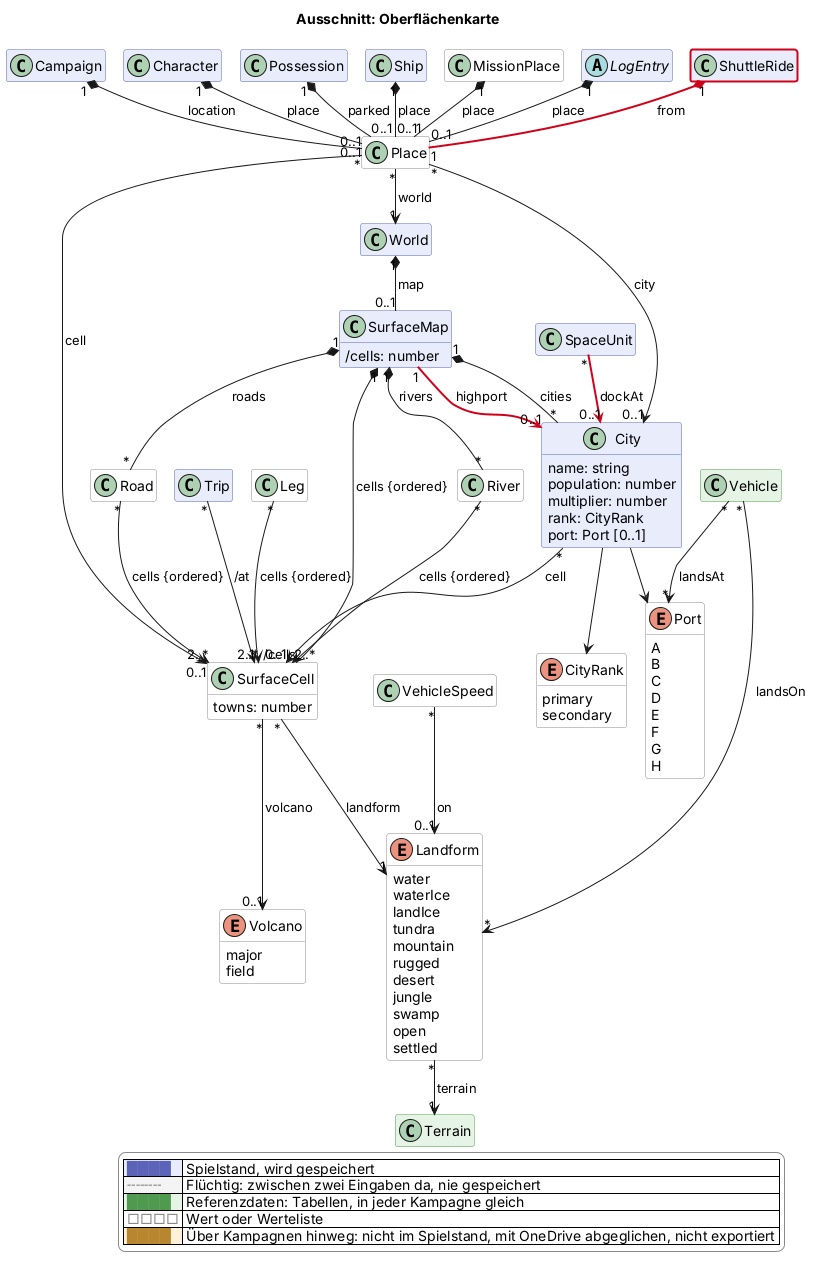
Before: docs/views/oberflaeche.png, a diagram exported from PlantUML (scuzzar/SRE).
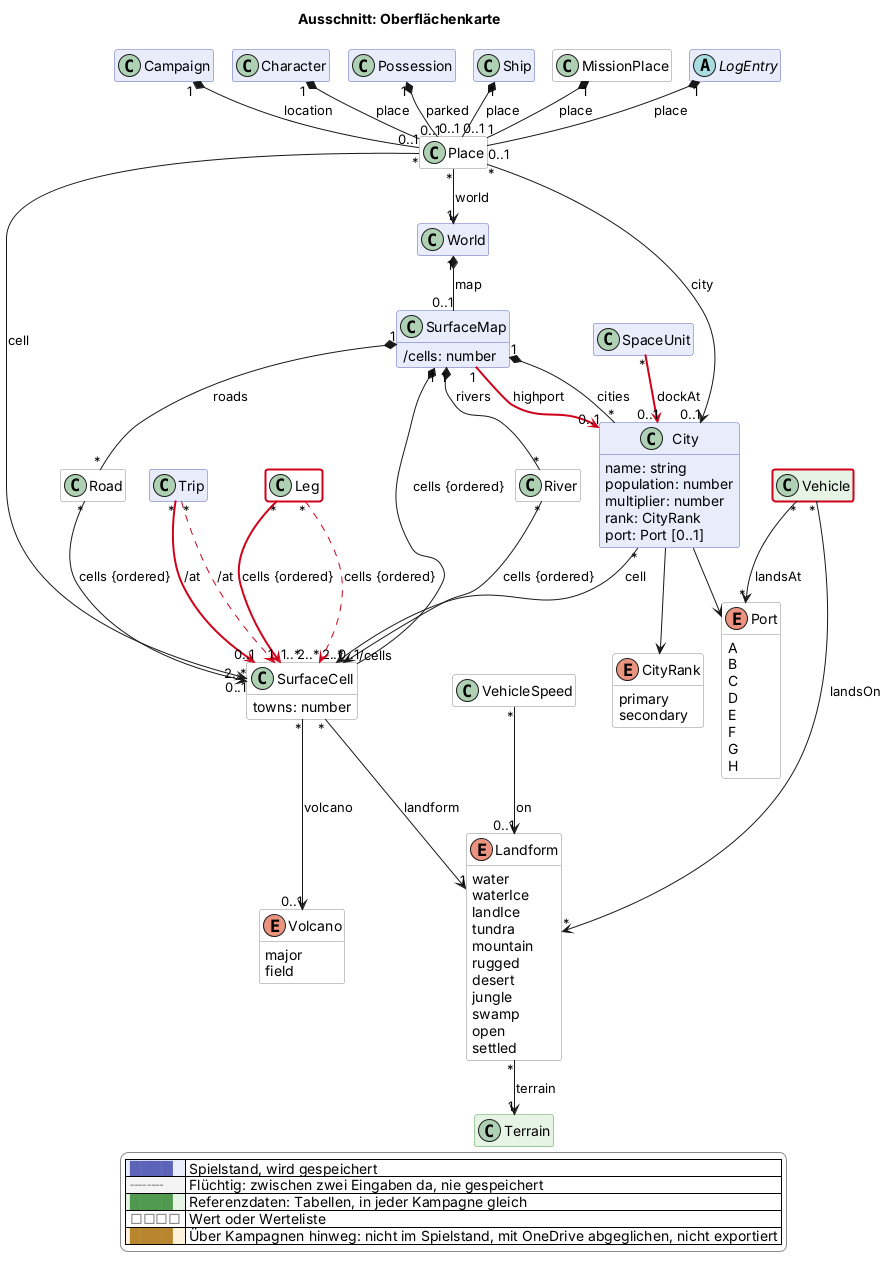
After the change.

Change to the diagram source:
```diff
@@ -85,7 +85,6 @@
 
   abstract class LogEntry $probe
 
-  class ShuttleRide $reise $newClass("2026-11-28b")
 
   class Terrain <<reference>> $begegnung
 
@@ -151,7 +150,6 @@
 
 SpaceUnit "*" -$newArrow("2026-11-28b")-> "0..1" City : dockAt
 
-ShuttleRide "1" *-$newArrow("2026-11-28b")- "1" Place : from
 
 Character "1" *-- "0..1" Place : place
 MissionPlace "1" *-- "1" Place : place
@@ -177,8 +175,10 @@
 VehicleSpeed "*" --> "0..1" Landform : on
 Vehicle "*" --> "*" Landform : landsOn
 Vehicle "*" --> "*" Port : landsAt
-Leg "*" --> "2..*" SurfaceCell : cells {ordered}
-Trip "*" --> "1" SurfaceCell : /at
+Leg "*" -$goneArrow("2026-11-28b")-> "2..*" SurfaceCell : cells {ordered}
+Leg "*" -$newArrow("2026-11-28b")-> "1..*" SurfaceCell : cells {ordered}
+Trip "*" -$goneArrow("2026-11-28b")-> "1" SurfaceCell : /at
+Trip "*" -$newArrow("2026-11-28b")-> "0..1" SurfaceCell : /at
 Possession "1" *-- "0..1" Place : parked
 
 
@@ -197,4 +197,6 @@
   |<#ffffff> <color:#8a8a8a>□□□□</color> | Wert oder Werteliste |
   |<#fdf1dc> <color:#b8862e>████</color> | Über Kampagnen hinweg: nicht im Spielstand, mit OneDrive abgeglichen, nicht exportiert |
 endlegend
+class Vehicle #line:d0021b;line.bold
+class Leg #line:d0021b;line.bold
 @enduml
```
